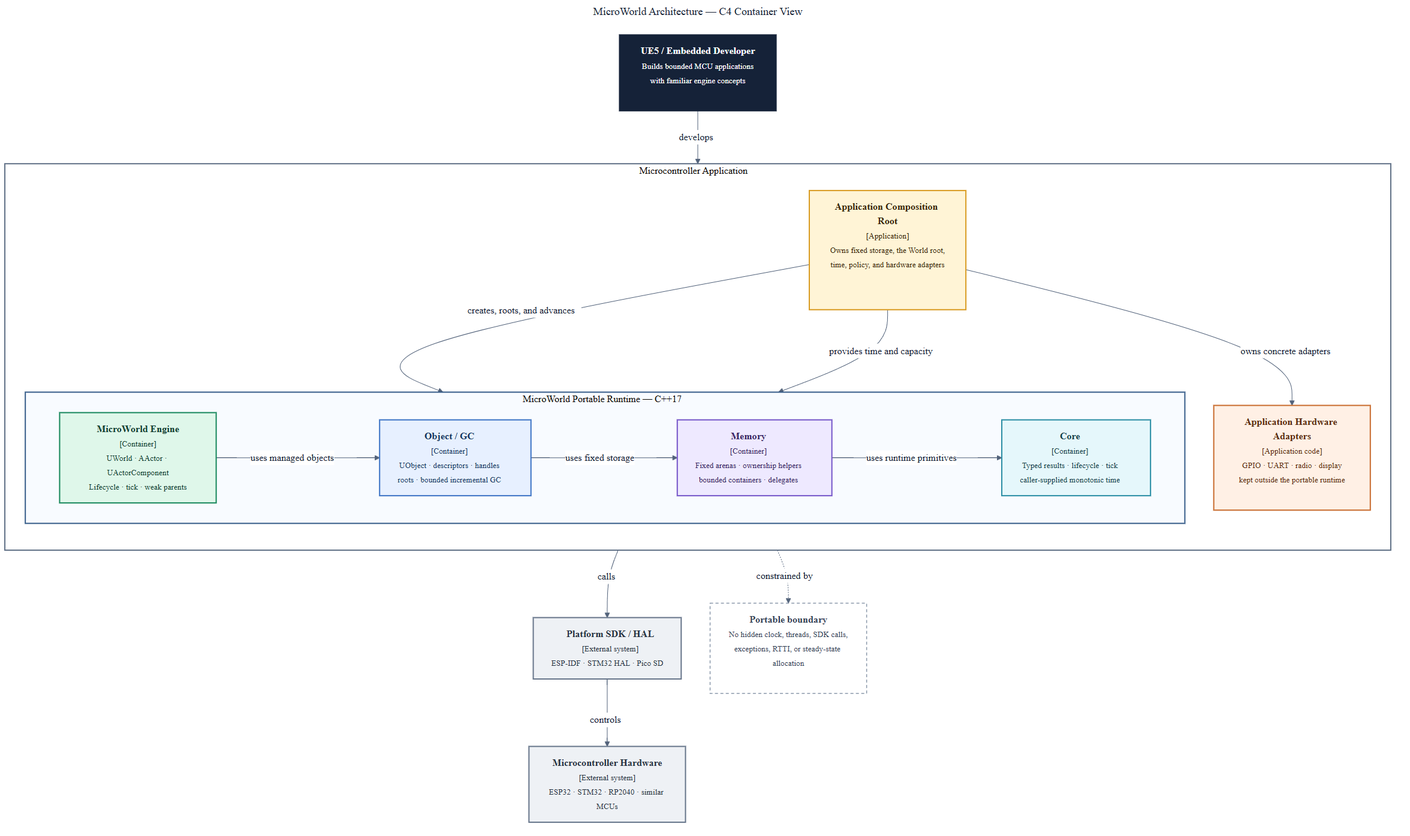
This is lib/microworld/docs/diagrams/microworld-c4-architecture.png from musicofsilence-public/esp32_lora_watering, a Mermaid export, as it was before one commit. Its source is kept beside it as lib/microworld/docs/diagrams/microworld-c4-architecture.mmd. The source it was exported from:
```mermaid
---
title: MicroWorld Architecture — C4 Container View
---
%%{init: {
  "theme": "base",
  "themeVariables": {
    "fontFamily": "Segoe UI, Arial, sans-serif",
    "primaryTextColor": "#172033",
    "lineColor": "#52627a",
    "clusterBkg": "#f7f9fc",
    "clusterBorder": "#a7b4c8",
    "edgeLabelBackground": "#ffffff"
  },
  "flowchart": {
    "htmlLabels": true,
    "curve": "basis",
    "nodeSpacing": 48,
    "rankSpacing": 64
  }
}}%%
flowchart TB
    DEV["<b>UE5 / Embedded Developer</b><br/><small>Builds bounded MCU applications<br/>with familiar engine concepts</small>"]

    subgraph DEVICE["Microcontroller Application"]
        direction TB

        APP["<b>Application Composition Root</b><br/><small>[Application]<br/>Owns fixed storage, the World root,<br/>time, policy, and hardware adapters</small>"]

        subgraph MW["MicroWorld Portable Runtime — C++17"]
            direction LR
            ENGINE["<b>MicroWorld Engine</b><br/><small>[Container]<br/>UWorld · AActor · UActorComponent<br/>Lifecycle · tick · weak parents</small>"]
            OBJECT["<b>Object / GC</b><br/><small>[Container]<br/>UObject · descriptors · handles<br/>roots · bounded incremental GC</small>"]
            MEMORY["<b>Memory</b><br/><small>[Container]<br/>Fixed arenas · ownership helpers<br/>bounded containers · delegates</small>"]
            CORE["<b>Core</b><br/><small>[Container]<br/>Typed results · lifecycle · tick<br/>caller-supplied monotonic time</small>"]

            ENGINE -->|"uses managed objects"| OBJECT
            OBJECT -->|"uses fixed storage"| MEMORY
            MEMORY -->|"uses runtime primitives"| CORE
        end

        ADAPTERS["<b>Application Hardware Adapters</b><br/><small>[Application code]<br/>GPIO · UART · radio · display<br/>kept outside the portable runtime</small>"]

        APP -->|"creates, roots, and advances"| ENGINE
        APP -->|"provides time and capacity"| CORE
        APP -->|"owns concrete adapters"| ADAPTERS
    end

    SDK["<b>Platform SDK / HAL</b><br/><small>[External system]<br/>ESP-IDF · STM32 HAL · Pico SDK</small>"]
    MCU["<b>Microcontroller Hardware</b><br/><small>[External system]<br/>ESP32 · STM32 · RP2040 · similar MCUs</small>"]

    DEV -->|"develops"| APP
    ADAPTERS -->|"calls"| SDK
    SDK -->|"controls"| MCU

    PORTABLE["<b>Portable boundary</b><br/><small>No hidden clock, threads, SDK calls,<br/>exceptions, RTTI, or steady-state allocation</small>"]
    MW -. "constrained by" .-> PORTABLE

    classDef person fill:#152238,stroke:#152238,color:#ffffff,stroke-width:2px;
    classDef application fill:#fff4d6,stroke:#d99b22,color:#38260a,stroke-width:2px;
    classDef engine fill:#dff7ea,stroke:#16875b,color:#113c2d,stroke-width:2px;
    classDef object fill:#e7f0ff,stroke:#3b72c4,color:#17365f,stroke-width:2px;
    classDef memory fill:#eee9ff,stroke:#7454c8,color:#342363,stroke-width:2px;
    classDef core fill:#e5f7fb,stroke:#278ca3,color:#173f49,stroke-width:2px;
    classDef adapter fill:#fff0e5,stroke:#c86b2d,color:#5b2b0e,stroke-width:2px;
    classDef external fill:#eef1f5,stroke:#66758a,color:#263241,stroke-width:2px;
    classDef note fill:#ffffff,stroke:#8a98aa,color:#334155,stroke-width:1.5px,stroke-dasharray: 5 4;

    class DEV person;
    class APP application;
    class ENGINE engine;
    class OBJECT object;
    class MEMORY memory;
    class CORE core;
    class ADAPTERS adapter;
    class SDK,MCU external;
    class PORTABLE note;

    style DEVICE fill:#ffffff,stroke:#607086,stroke-width:2px
    style MW fill:#f8fbff,stroke:#355b88,stroke-width:2px
```
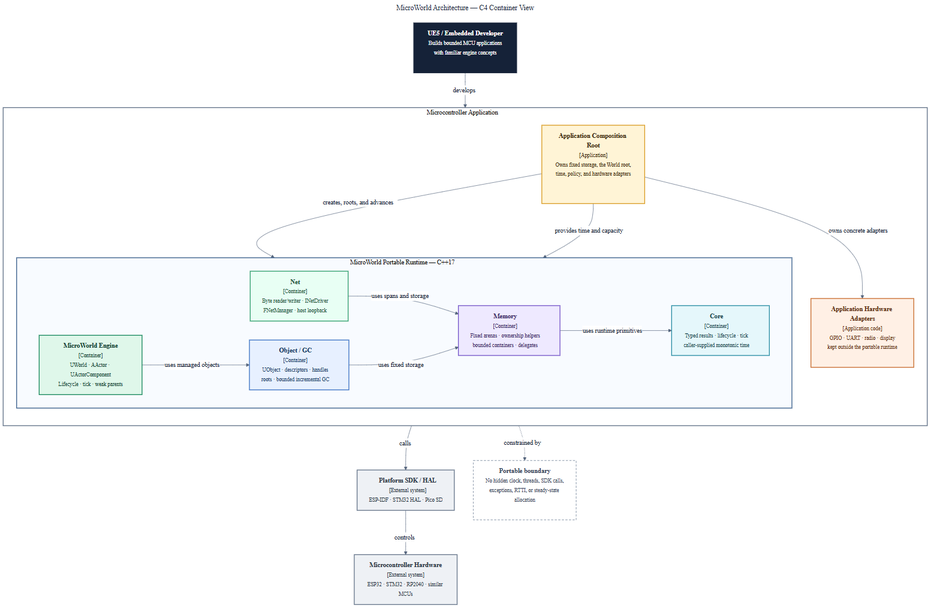
Later version of the same file.

Diff of the diagram source:
```diff
@@ -29,11 +29,13 @@
         subgraph MW["MicroWorld Portable Runtime — C++17"]
             direction LR
             ENGINE["<b>MicroWorld Engine</b><br/><small>[Container]<br/>UWorld · AActor · UActorComponent<br/>Lifecycle · tick · weak parents</small>"]
+            NET["<b>Net</b><br/><small>[Container]<br/>Byte reader/writer · INetDriver<br/>FNetManager · host loopback</small>"]
             OBJECT["<b>Object / GC</b><br/><small>[Container]<br/>UObject · descriptors · handles<br/>roots · bounded incremental GC</small>"]
             MEMORY["<b>Memory</b><br/><small>[Container]<br/>Fixed arenas · ownership helpers<br/>bounded containers · delegates</small>"]
             CORE["<b>Core</b><br/><small>[Container]<br/>Typed results · lifecycle · tick<br/>caller-supplied monotonic time</small>"]
 
             ENGINE -->|"uses managed objects"| OBJECT
+            NET -->|"uses spans and storage"| MEMORY
             OBJECT -->|"uses fixed storage"| MEMORY
             MEMORY -->|"uses runtime primitives"| CORE
         end
@@ -60,6 +62,7 @@
     classDef engine fill:#dff7ea,stroke:#16875b,color:#113c2d,stroke-width:2px;
     classDef object fill:#e7f0ff,stroke:#3b72c4,color:#17365f,stroke-width:2px;
     classDef memory fill:#eee9ff,stroke:#7454c8,color:#342363,stroke-width:2px;
+    classDef net fill:#e8fff4,stroke:#2f9e6b,color:#1a4d33,stroke-width:2px;
     classDef core fill:#e5f7fb,stroke:#278ca3,color:#173f49,stroke-width:2px;
     classDef adapter fill:#fff0e5,stroke:#c86b2d,color:#5b2b0e,stroke-width:2px;
     classDef external fill:#eef1f5,stroke:#66758a,color:#263241,stroke-width:2px;
@@ -68,6 +71,7 @@
     class DEV person;
     class APP application;
     class ENGINE engine;
+    class NET net;
     class OBJECT object;
     class MEMORY memory;
     class CORE core;
```
